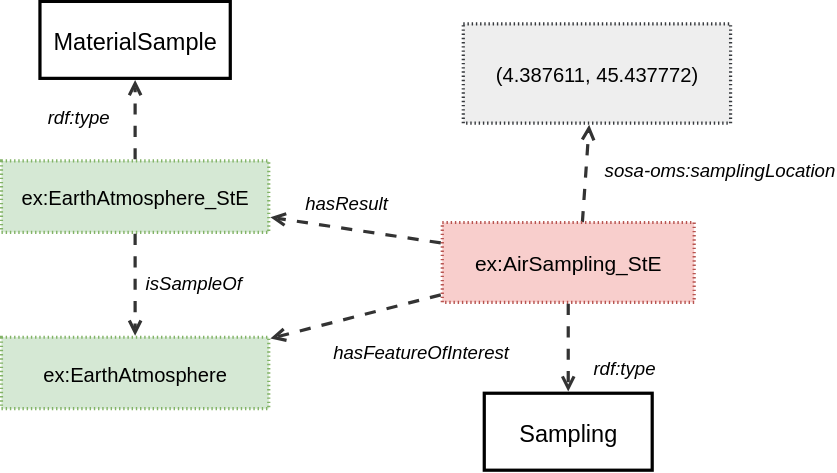
w3c/sdw-sosa-ssn keeps this draw.io diagram as ssn/images/LocatedSampling.svg. Above is the earlier version. Source tidied: cells renumbered, new cells last; positions are measured from the earlier drawing's top-left corner, leaving out a move shared by most shapes.
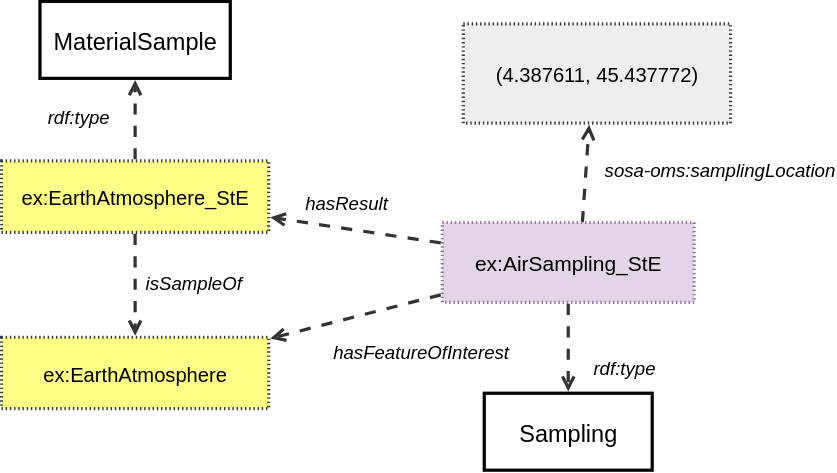
The same file after the commit.

Diff of the diagram source:
```diff
@@ -2,7 +2,7 @@
   <root>
     <mxCell id="0" />
     <mxCell id="1" parent="0" />
-    <mxCell id="2" value="&lt;font&gt;ex:EarthAtmosphere_StE&lt;/font&gt;" style="html=1;overflow=block;blockSpacing=1;whiteSpace=wrap;fontSize=14.4;fontFamily=Helvetica;align=center;spacing=0;strokeOpacity=100;fillOpacity=100;fillColor=#d5e8d4;dashed=1;fixDash=1;dashPattern=1 2;strokeWidth=2.3;convertToSvg=1;strokeColor=#82b366;" parent="1" vertex="1">
+    <mxCell id="2" value="&lt;font&gt;ex:EarthAtmosphere_StE&lt;/font&gt;" style="html=1;overflow=block;blockSpacing=1;whiteSpace=wrap;fontSize=14.4;fontFamily=Helvetica;align=center;spacing=0;strokeOpacity=100;fillOpacity=100;fillColor=#ffff88;dashed=1;fixDash=1;dashPattern=1 2;strokeWidth=2.3;convertToSvg=1;strokeColor=#36393d;" parent="1" vertex="1">
       <mxGeometry y="114" width="191" height="51" as="geometry" />
     </mxCell>
     <mxCell id="3" value="MaterialSample" style="html=1;overflow=block;blockSpacing=1;whiteSpace=wrap;fontSize=16.8;fontColor=default;fontStyle=0;align=center;spacing=0;strokeOpacity=100;fillOpacity=0;fillColor=#000000;strokeWidth=2.3;convertToSvg=1;fontFamily=Helvetica;" parent="1" vertex="1">
@@ -23,7 +23,7 @@
     <mxCell id="8" value="sosa-oms:samplingLocation" style="html=1;overflow=block;blockSpacing=1;whiteSpace=wrap;fontSize=13.3;fontStyle=2;align=left;spacing=3.8;verticalAlign=top;strokeColor=none;fillOpacity=0;fillColor=#ffffff;dashed=1;fixDash=1;dashPattern=16 6;strokeWidth=0;lucidId=A-tLXsr12cKE;fontColor=default;convertToSvg=1;fontFamily=Helvetica;" parent="1" vertex="1">
       <mxGeometry x="428" y="110" width="101" height="24" as="geometry" />
     </mxCell>
-    <mxCell id="9" value="&lt;font&gt;ex:EarthAtmosphere&lt;/font&gt;" style="html=1;overflow=block;blockSpacing=1;whiteSpace=wrap;fontSize=14.4;fontFamily=Helvetica;align=center;spacing=0;strokeOpacity=100;fillOpacity=100;fillColor=#d5e8d4;dashed=1;fixDash=1;dashPattern=1 2;strokeWidth=2.3;convertToSvg=1;strokeColor=#82b366;" parent="1" vertex="1">
+    <mxCell id="9" value="&lt;font&gt;ex:EarthAtmosphere&lt;/font&gt;" style="html=1;overflow=block;blockSpacing=1;whiteSpace=wrap;fontSize=14.4;fontFamily=Helvetica;align=center;spacing=0;strokeOpacity=100;fillOpacity=100;fillColor=#ffff88;dashed=1;fixDash=1;dashPattern=1 2;strokeWidth=2.3;convertToSvg=1;strokeColor=#36393d;" parent="1" vertex="1">
       <mxGeometry y="240" width="191" height="51" as="geometry" />
     </mxCell>
     <mxCell id="10" style="html=1;jettySize=18;whiteSpace=wrap;fontSize=13;strokeColor=#333333;strokeOpacity=100;dashed=1;fixDash=1;dashPattern=8 8;strokeWidth=2.3;rounded=0;startArrow=none;endArrow=open;exitX=0.5;exitY=1.022;exitPerimeter=0;entryX=0.5;entryY=-0.022;entryPerimeter=0;lucidId=A-tL4dQTPhSz;fontColor=default;convertToSvg=1;fontFamily=Helvetica;" parent="1" edge="1" source="2" target="9">
@@ -32,7 +32,7 @@
     <mxCell id="11" value="isSampleOf" style="html=1;overflow=block;blockSpacing=1;whiteSpace=wrap;fontSize=13.3;fontStyle=2;align=left;spacing=3.8;verticalAlign=top;strokeColor=none;fillOpacity=0;fillColor=#ffffff;dashed=1;fixDash=1;dashPattern=16 6;strokeWidth=0;lucidId=A-tLC04_h~EB;fontColor=default;convertToSvg=1;fontFamily=Helvetica;" parent="1" vertex="1">
       <mxGeometry x="100" y="191" width="101" height="24" as="geometry" />
     </mxCell>
-    <mxCell id="12" value="&lt;font&gt;ex:AirSampling_StE&lt;/font&gt;" style="points=[[0.55,0.278,0]];html=1;overflow=block;blockSpacing=1;whiteSpace=wrap;fontSize=15;fontFamily=Helvetica;align=center;spacing=0;strokeOpacity=100;fillOpacity=100;fillColor=#f8cecc;dashed=1;fixDash=1;dashPattern=1 2;strokeWidth=2.3;convertToSvg=1;strokeColor=#b85450;" parent="1" vertex="1">
+    <mxCell id="12" value="&lt;font&gt;ex:AirSampling_StE&lt;/font&gt;" style="points=[[0.55,0.278,0]];html=1;overflow=block;blockSpacing=1;whiteSpace=wrap;fontSize=15;fontFamily=Helvetica;align=center;spacing=0;strokeOpacity=100;fillOpacity=100;fillColor=#e1d5e7;dashed=1;fixDash=1;dashPattern=1 2;strokeWidth=2.3;convertToSvg=1;strokeColor=#9673a6;" parent="1" vertex="1">
       <mxGeometry x="315" y="158" width="180" height="57" as="geometry" />
     </mxCell>
     <mxCell id="13" style="html=1;jettySize=18;whiteSpace=wrap;fontSize=13;strokeColor=#333333;strokeOpacity=100;dashed=1;fixDash=1;dashPattern=8 8;strokeWidth=2.3;rounded=0;startArrow=none;endArrow=open;exitX=-0.006;exitY=0.907;exitPerimeter=0;entryX=1.006;entryY=0.017;entryPerimeter=0;lucidId=m.tLpbR_ObS~;fontColor=default;convertToSvg=1;fontFamily=Helvetica;" parent="1" edge="1" source="12" target="9">
```
